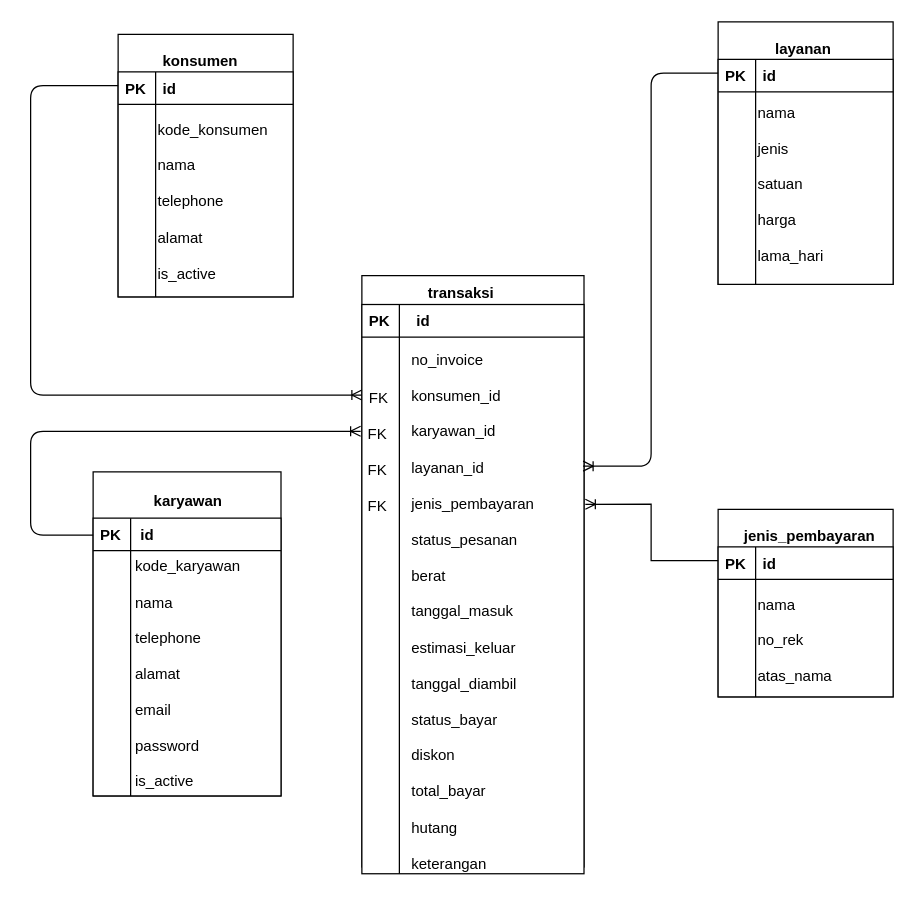
This is Class Diagram.drawio from Sehazad/doc, a draw.io file, before an edit. Source tidied: cells renumbered, new cells numbered last; positions are measured from the earlier drawing's top-left corner, leaving out a move shared by most shapes. Both pictures are drawn from the tidied source at 125%, with x=0, y=0 at pixel (30, 21).
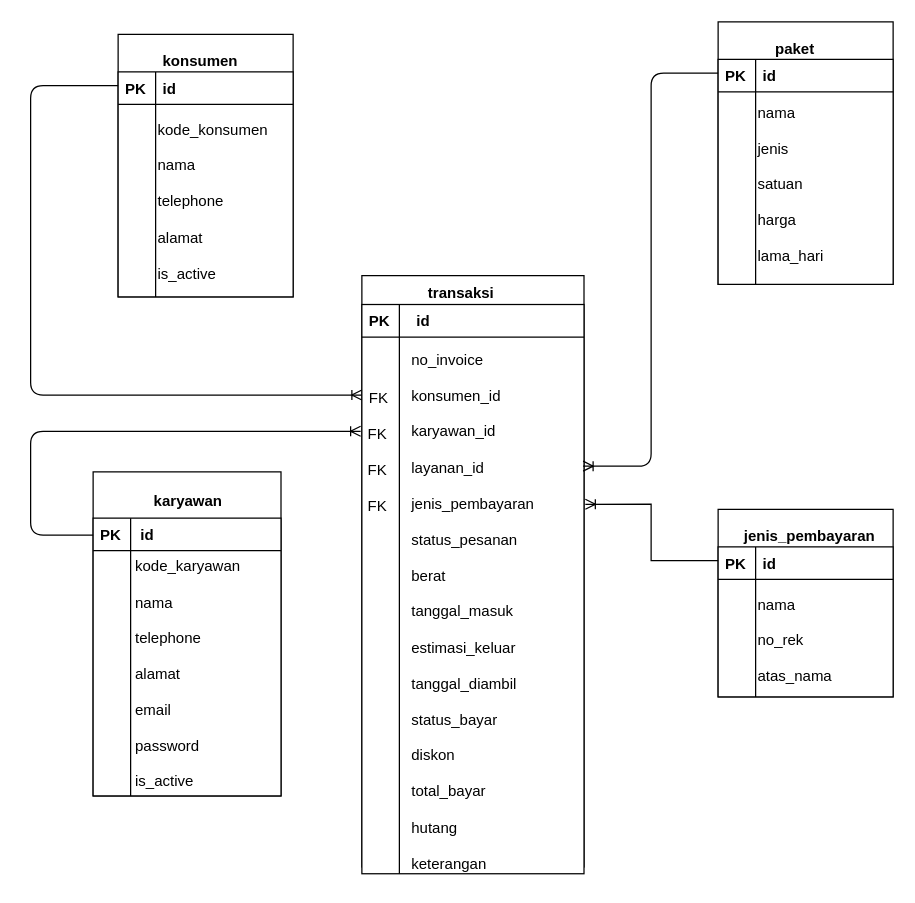
Above is the later version.

The change refers to these unchanged cells:
```xml
<mxCell id="9" style="group;" parent="1" vertex="1">
  <mxGeometry x="550" width="140" height="210" as="geometry" />
</mxCell>
```

The edit, as a diff of the source:
```diff
@@
-    <mxCell id="13" value="layanan" style="text;align=left;verticalAlign=top;spacingLeft=4;spacingRight=4;overflow=hidden;fontStyle=1;" parent="9" vertex="1">
+    <mxCell id="13" value="paket" style="text;align=left;verticalAlign=top;spacingLeft=4;spacingRight=4;overflow=hidden;fontStyle=1;" parent="9" vertex="1">
       <mxGeometry x="40" y="8.1" width="80" height="21.9" as="geometry" />
     </mxCell>
```
